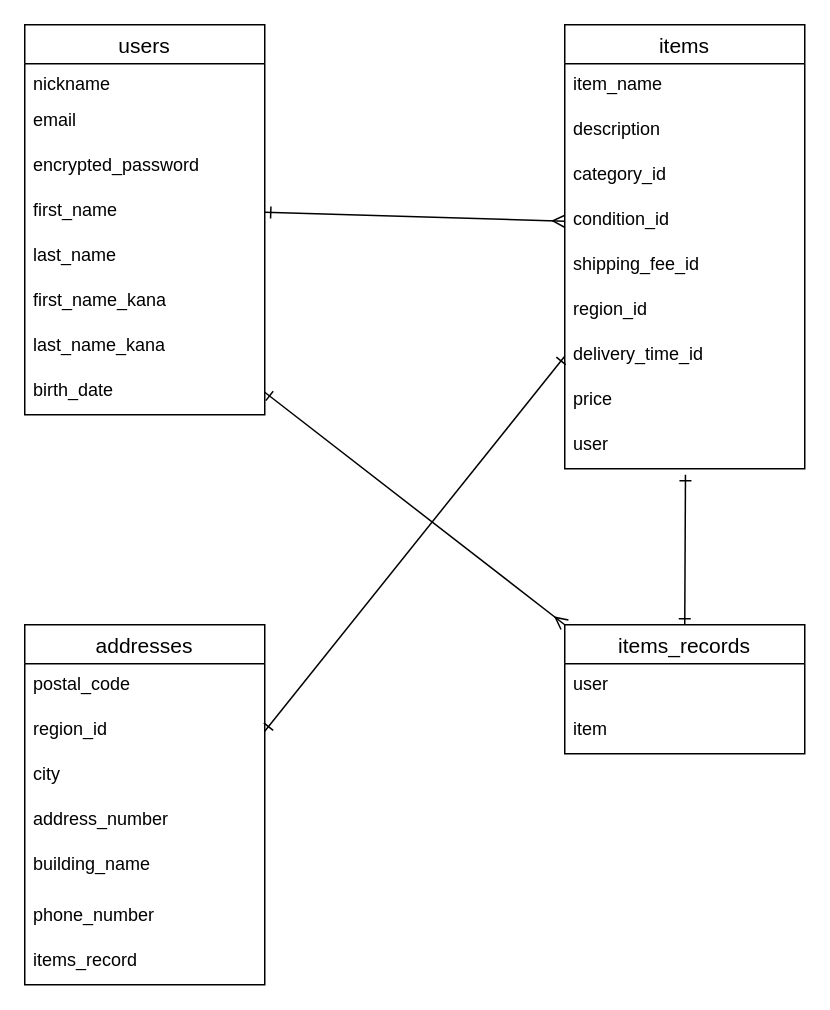
This is test.dio from akiko-web/furima-41545, a draw.io file, before an edit. Source tidied: cells renumbered, new cells numbered last; positions are measured from the earlier drawing's top-left corner, leaving out a move shared by most shapes. Both pictures are drawn from the tidied source at 150%, with x=0, y=0 at pixel (24, 24).
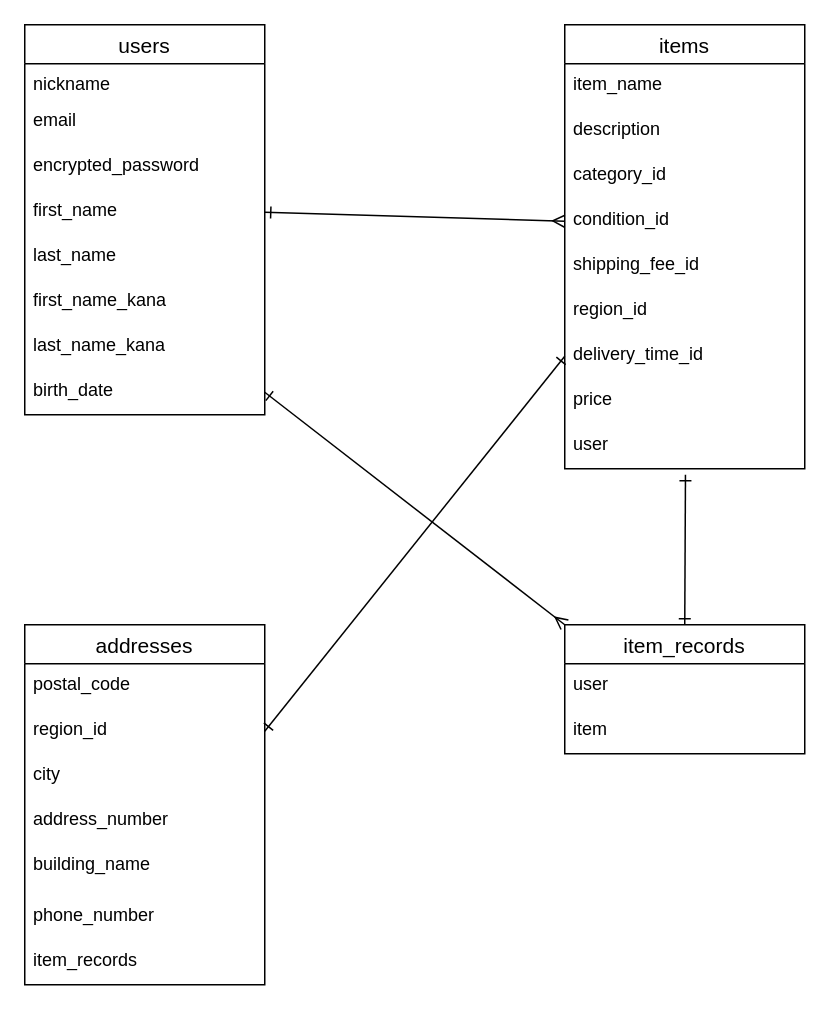
The same diagram, later.

Unchanged cells that the change refers to:
```xml
<mxCell id="25" value="addresses" style="swimlane;fontStyle=0;horizontal=1;startSize=26;align=center;fontSize=14;" parent="1" vertex="1">
  <mxGeometry y="400" width="160" height="240" as="geometry" />
</mxCell>
```

What changed in the source:
```diff
@@
-    <mxCell id="22" value="items_records" style="swimlane;fontStyle=0;horizontal=1;startSize=26;align=center;fontSize=14;" parent="1" vertex="1">
+    <mxCell id="22" value="item_records" style="swimlane;fontStyle=0;horizontal=1;startSize=26;align=center;fontSize=14;" parent="1" vertex="1">
       <mxGeometry x="360" y="400" width="160" height="86" as="geometry" />
     </mxCell>
@@
-    <mxCell id="32" value="items_record " style="text;strokeColor=none;fillColor=none;spacingLeft=4;spacingRight=4;overflow=hidden;fontSize=12;" parent="25" vertex="1">
+    <mxCell id="32" value="item_records " style="text;strokeColor=none;fillColor=none;spacingLeft=4;spacingRight=4;overflow=hidden;fontSize=12;" parent="25" vertex="1">
       <mxGeometry y="210" width="160" height="30" as="geometry" />
     </mxCell>
```
